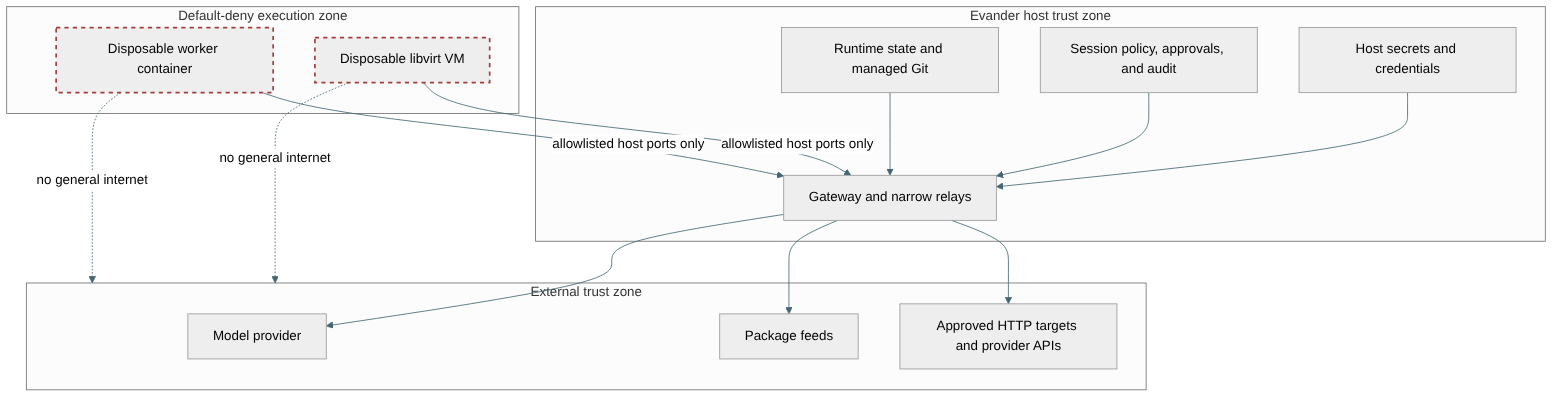
The Mermaid diagram docs/assets/evander-user-manual/diagrams/02-trust-zones.png in QuinthSoftwareSolutions/evander, before a commit. Its source is kept beside it as docs/evander-user-manual/diagrams/02-trust-zones.mmd.
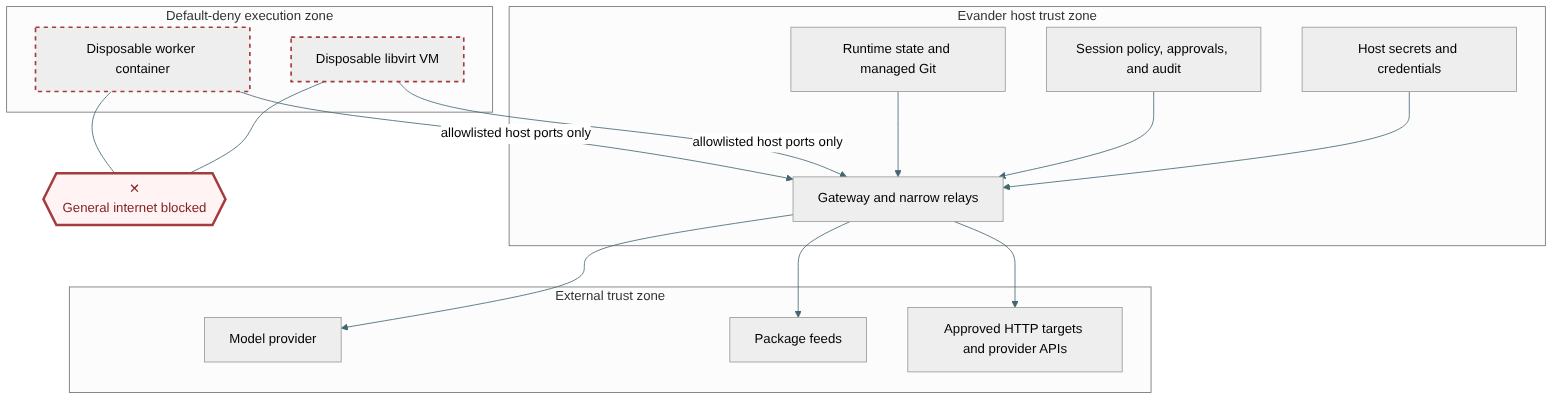
After the change.

The edit, as a diff of the source:
```diff
@@ -25,8 +25,12 @@
     services --> systems
     vm -->|allowlisted host ports only| services
     container -->|allowlisted host ports only| services
-    vm -. no general internet .-> outside
-    container -. no general internet .-> outside
+    blocked{{"✕<br/>General internet blocked"}}
+    vm --- blocked
+    container --- blocked
+    blocked ~~~ outside
 
-    classDef deny stroke:#a33d3d,stroke-width:2px,stroke-dasharray:5 5;
-    class vm,container deny;
+    classDef execution stroke:#a33d3d,stroke-width:2px,stroke-dasharray:5 5;
+    classDef blocked fill:#fff3f3,stroke:#a33d3d,color:#7f1d1d,stroke-width:3px;
+    class vm,container execution;
+    class blocked blocked;
```
